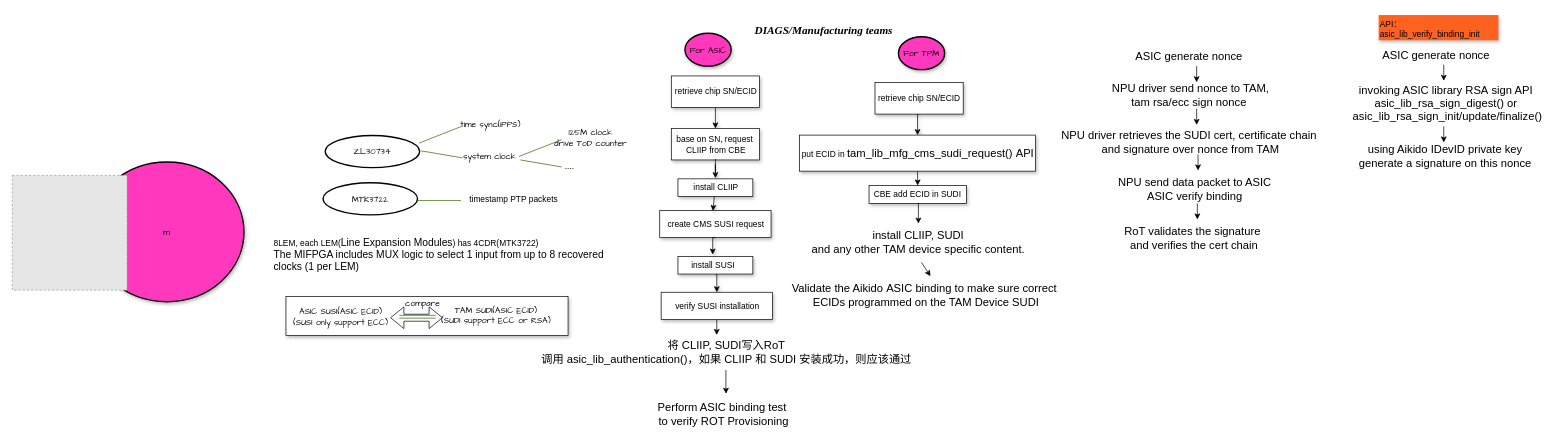
This is EDCS-23495139-PTP_for_Edelweiss.drawio from kongzhongfeima/draw_io, a draw.io file, before an edit. Source tidied: cells renumbered, new cells numbered last; positions are measured from the earlier drawing's top-left corner, leaving out a move shared by most shapes. Both pictures are drawn from the tidied source at 70%, with x=0, y=0 at pixel (12, 15). Pictures stored in the file or linked from it are replaced by grey dashed boxes.
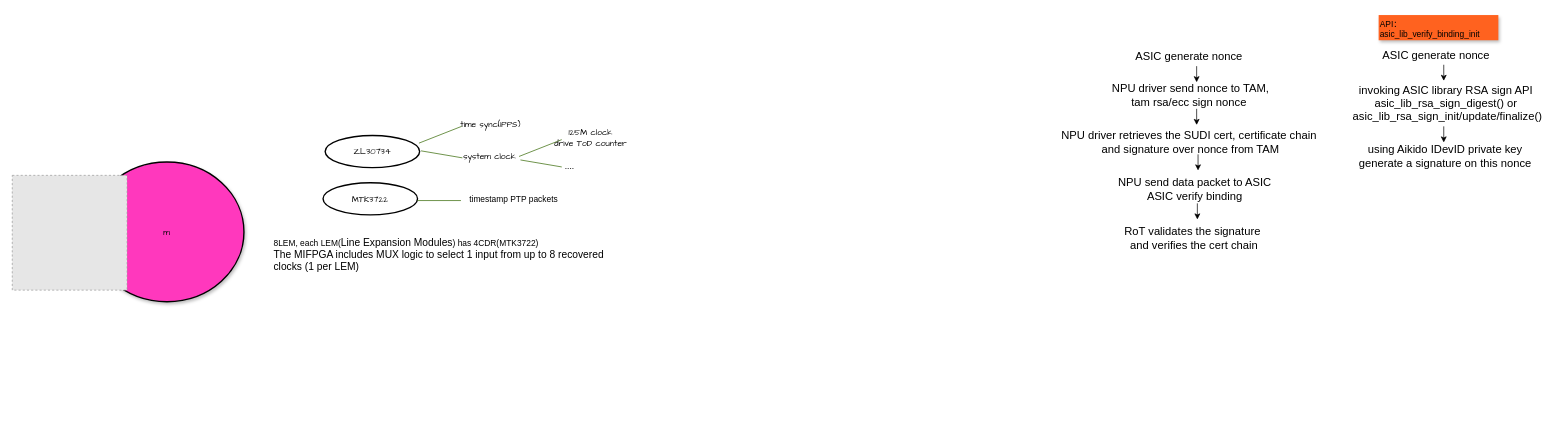
The same page after the edit.

Change to the diagram source:
```diff
@@
-    <mxCell id="2" style="whiteSpace=wrap;html=1;shadow=1;" parent="1" vertex="1">
-      <mxGeometry x="391" y="402" width="403" height="56" as="geometry" />
-    </mxCell>
@@
-    <mxCell id="8" style="startArrow=none;endArrow=none;segment=10;strokeColor=#336600;rounded=0;fontSize=12;shape=link;" parent="1" edge="1">
-      <mxGeometry relative="1" as="geometry">
-        <mxPoint x="605" y="431" as="sourcePoint" />
-        <mxPoint x="553" y="431" as="targetPoint" />
-      </mxGeometry>
-    </mxCell>
-    <mxCell id="9" value="TAM SUDI(ASIC ECID)&lt;div&gt;(SUDI support ECC or RSA)&lt;/div&gt;" style="text;html=1;align=center;verticalAlign=middle;labelBackgroundColor=none;fontFamily=Comic Sans MS;rotation=0;" parent="8" vertex="1">
-      <mxGeometry x="0.26" relative="1" as="geometry">
-        <mxPoint x="118" y="-2" as="offset" />
-      </mxGeometry>
-    </mxCell>
-    <mxCell id="10" value="ASIC SUSI(ASIC ECID)&lt;div&gt;(SUSI only support ECC)&lt;/div&gt;" style="text;html=1;align=center;verticalAlign=middle;labelBackgroundColor=none;fontFamily=Comic Sans MS;rotation=0;" parent="8" vertex="1">
-      <mxGeometry x="0.26" relative="1" as="geometry">
-        <mxPoint x="-104" as="offset" />
-      </mxGeometry>
-    </mxCell>
-    <mxCell id="11" value="compare" style="text;html=1;align=center;verticalAlign=middle;labelBackgroundColor=none;fontFamily=Comic Sans MS;rotation=0;" parent="1" vertex="1">
-      <mxGeometry x="680" y="435" as="geometry">
-        <mxPoint x="-95" y="-23" as="offset" />
-      </mxGeometry>
-    </mxCell>
@@
-    <mxCell id="13" style="edgeStyle=orthogonalEdgeStyle;rounded=0;jettySize=auto;html=1;exitX=0.5;exitY=1;exitDx=0;exitDy=0;entryX=0.5;entryY=0;entryDx=0;entryDy=0;shadow=1;" parent="1" edge="1" source="14" target="16">
-      <mxGeometry relative="1" as="geometry" />
-    </mxCell>
-    <mxCell id="14" style="rounded=0;whiteSpace=wrap;html=1;shadow=1;" parent="1" vertex="1">
-      <mxGeometry x="941.5" y="87" width="126" height="45" as="geometry" />
-    </mxCell>
-    <mxCell id="15" value="retrieve chip SN/ECID" style="text;html=1;align=center;verticalAlign=middle;strokeColor=none;fillColor=none;shadow=1;" parent="1" vertex="1">
-      <mxGeometry x="937" y="96.5" width="135" height="26" as="geometry" />
-    </mxCell>
-    <mxCell id="16" style="rounded=0;whiteSpace=wrap;html=1;shadow=1;" parent="1" vertex="1">
-      <mxGeometry x="941.5" y="162" width="126" height="45" as="geometry" />
-    </mxCell>
-    <mxCell id="17" style="edgeStyle=orthogonalEdgeStyle;rounded=0;jettySize=auto;html=1;shadow=1;" parent="1" edge="1" source="18" target="20">
-      <mxGeometry relative="1" as="geometry" />
-    </mxCell>
-    <mxCell id="18" value="base on SN, request&amp;nbsp;&lt;div&gt;CLIIP from CBE&lt;/div&gt;" style="text;html=1;align=center;verticalAlign=middle;points=[];strokeColor=none;fillColor=none;shadow=1;" parent="1" vertex="1">
-      <mxGeometry x="939" y="164.5" width="131" height="41" as="geometry" />
-    </mxCell>
-    <mxCell id="19" style="rounded=0;whiteSpace=wrap;html=1;shadow=1;" parent="1" vertex="1">
-      <mxGeometry x="951" y="234" width="107" height="25" as="geometry" />
-    </mxCell>
-    <mxCell id="20" value="install CLIIP" style="text;html=1;align=center;verticalAlign=middle;points=[];strokeColor=none;fillColor=none;shadow=1;" parent="1" vertex="1">
-      <mxGeometry x="963.5" y="233" width="82" height="26" as="geometry" />
-    </mxCell>
-    <mxCell id="21" style="rounded=0;whiteSpace=wrap;html=1;shadow=1;" parent="1" vertex="1">
-      <mxGeometry x="925" y="279" width="159" height="39" as="geometry" />
-    </mxCell>
-    <mxCell id="22" value="create CMS SUSI request" style="text;html=1;align=center;verticalAlign=middle;points=[];strokeColor=none;fillColor=none;shadow=1;" parent="1" vertex="1">
-      <mxGeometry x="926.5" y="285.5" width="156" height="26" as="geometry" />
-    </mxCell>
-    <mxCell id="23" style="endArrow=classic;html=1;rounded=0;entryX=0.477;entryY=-0.218;entryDx=0;entryDy=0;entryPerimeter=0;shadow=1;" parent="1" edge="1" target="22">
-      <mxGeometry relative="1" as="geometry">
-        <mxPoint x="1003" y="259" as="sourcePoint" />
-      </mxGeometry>
-    </mxCell>
-    <mxCell id="24" style="edgeStyle=orthogonalEdgeStyle;rounded=0;jettySize=auto;html=1;exitX=0.5;exitY=1;exitDx=0;exitDy=0;entryX=0.5;entryY=0;entryDx=0;entryDy=0;shadow=1;" parent="1" edge="1" source="25" target="28">
-      <mxGeometry relative="1" as="geometry" />
-    </mxCell>
-    <mxCell id="25" style="rounded=0;whiteSpace=wrap;html=1;shadow=1;" parent="1" vertex="1">
-      <mxGeometry x="951" y="345" width="107" height="25" as="geometry" />
-    </mxCell>
-    <mxCell id="26" value="install SUSI" style="text;html=1;align=center;verticalAlign=middle;points=[];strokeColor=none;fillColor=none;shadow=1;" parent="1" vertex="1">
-      <mxGeometry x="961" y="344.5" width="80" height="26" as="geometry" />
-    </mxCell>
-    <mxCell id="27" style="edgeStyle=orthogonalEdgeStyle;rounded=0;jettySize=auto;html=1;exitX=0.5;exitY=1;exitDx=0;exitDy=0;entryX=0.496;entryY=-0.09;entryDx=0;entryDy=0;entryPerimeter=0;shadow=1;" parent="1" edge="1" source="21" target="26">
-      <mxGeometry relative="1" as="geometry" />
-    </mxCell>
-    <mxCell id="28" style="rounded=0;whiteSpace=wrap;html=1;shadow=1;" parent="1" vertex="1">
-      <mxGeometry x="927" y="396" width="159" height="39" as="geometry" />
-    </mxCell>
-    <mxCell id="29" value="verify SUSI installation" style="text;html=1;align=center;verticalAlign=middle;strokeColor=none;fillColor=none;shadow=1;" parent="1" vertex="1">
-      <mxGeometry x="937.5" y="402.5" width="138" height="26" as="geometry" />
-    </mxCell>
-    <mxCell id="30" value="&lt;a name=&quot;_Toc149315524&quot;&gt;&lt;span style=&quot;font-size:12.0pt;font-family:&amp;quot;Times New Roman&amp;quot;,serif;mso-fareast-font-family:&lt;br/&gt;&amp;quot;Times New Roman&amp;quot;;mso-ansi-language:EN-US;mso-fareast-language:EN-US;&lt;br/&gt;mso-bidi-language:AR-SA&quot; lang=&quot;EN-US&quot;&gt;DIAGS/Manufacturing teams&lt;/span&gt;&lt;/a&gt;" style="text;html=1;align=center;verticalAlign=middle;strokeColor=none;fillColor=none;shadow=1;fontStyle=3;" parent="1" vertex="1">
-      <mxGeometry x="1055" y="5" width="208" height="31" as="geometry" />
-    </mxCell>
-    <mxCell id="31" style="edgeStyle=orthogonalEdgeStyle;rounded=0;jettySize=auto;html=1;exitX=0.5;exitY=1;exitDx=0;exitDy=0;entryX=0.5;entryY=0;entryDx=0;entryDy=0;shadow=1;" parent="1" edge="1" source="32" target="34">
-      <mxGeometry relative="1" as="geometry" />
-    </mxCell>
-    <mxCell id="32" value="&lt;span style=&quot;text-wrap: nowrap;&quot;&gt;retrieve chip SN/ECID&lt;/span&gt;" style="rounded=0;whiteSpace=wrap;html=1;shadow=1;" parent="1" vertex="1">
-      <mxGeometry x="1232.5" y="96.5" width="126" height="45" as="geometry" />
-    </mxCell>
-    <mxCell id="33" style="edgeStyle=orthogonalEdgeStyle;rounded=0;jettySize=auto;html=1;exitX=0.5;exitY=1;exitDx=0;exitDy=0;entryX=0.5;entryY=0;entryDx=0;entryDy=0;" parent="1" edge="1" source="34" target="35">
-      <mxGeometry relative="1" as="geometry" />
-    </mxCell>
-    <mxCell id="34" value="put ECID in&amp;nbsp;&lt;span style=&quot;font-size:12.0pt;font-family:&lt;br/&gt;&amp;quot;Times New Roman&amp;quot;,serif;mso-fareast-font-family:&amp;quot;Times New Roman&amp;quot;;mso-ansi-language:&lt;br/&gt;EN-US;mso-fareast-language:EN-US;mso-bidi-language:AR-SA&quot; lang=&quot;EN-US&quot;&gt;tam_lib_mfg_cms_sudi_request()&amp;nbsp;API&lt;/span&gt;" style="rounded=0;whiteSpace=wrap;html=1;shadow=1;" parent="1" vertex="1">
-      <mxGeometry x="1124.5" y="171.5" width="337.5" height="51.5" as="geometry" />
-    </mxCell>
-    <mxCell id="35" value="CBE add ECID in SUDI" style="rounded=0;whiteSpace=wrap;html=1;shadow=1;" parent="1" vertex="1">
-      <mxGeometry x="1224" y="243.5" width="139" height="25.5" as="geometry" />
-    </mxCell>
-    <mxCell id="36" value="&lt;span style=&quot;font-size:12.0pt;font-family:&lt;br/&gt;&amp;quot;Times New Roman&amp;quot;,serif;mso-fareast-font-family:&amp;quot;Times New Roman&amp;quot;;mso-ansi-language:&lt;br/&gt;EN-US;mso-fareast-language:EN-US;mso-bidi-language:AR-SA&quot; lang=&quot;EN-US&quot;&gt;install CLIIP, SUDI&lt;br/&gt;and any other TAM device specific content.&lt;/span&gt;" style="text;html=1;align=center;verticalAlign=middle;points=[];strokeColor=none;fillColor=none;shadow=1;" parent="1" vertex="1">
-      <mxGeometry x="1132.5" y="300" width="322" height="50" as="geometry" />
-    </mxCell>
-    <mxCell id="37" style="edgeStyle=orthogonalEdgeStyle;rounded=0;jettySize=auto;html=1;exitX=0.5;exitY=1;exitDx=0;exitDy=0;entryX=0.503;entryY=-0.041;entryDx=0;entryDy=0;entryPerimeter=0;" parent="1" edge="1" source="35" target="36">
-      <mxGeometry relative="1" as="geometry" />
-    </mxCell>
-    <mxCell id="38" value="&lt;span style=&quot;font-size:12.0pt;font-family:&lt;br/&gt;&amp;quot;Times New Roman&amp;quot;,serif;mso-fareast-font-family:&amp;quot;Times New Roman&amp;quot;;mso-ansi-language:&lt;br/&gt;EN-US;mso-fareast-language:EN-US;mso-bidi-language:AR-SA&quot; lang=&quot;EN-US&quot;&gt;Validate the Aikido&amp;nbsp;ASIC binding to make sure correct&amp;nbsp;&lt;/span&gt;&lt;div&gt;&lt;span style=&quot;font-size:12.0pt;font-family:&lt;br/&gt;&amp;quot;Times New Roman&amp;quot;,serif;mso-fareast-font-family:&amp;quot;Times New Roman&amp;quot;;mso-ansi-language:&lt;br/&gt;EN-US;mso-fareast-language:EN-US;mso-bidi-language:AR-SA&quot; lang=&quot;EN-US&quot;&gt;ECIDs programmed on the TAM Device SUDI&lt;/span&gt;&lt;br&gt;&lt;/div&gt;" style="text;html=1;align=center;verticalAlign=middle;points=[];strokeColor=none;fillColor=none;shadow=1;" parent="1" vertex="1">
-      <mxGeometry x="1105" y="375" width="400" height="50" as="geometry" />
-    </mxCell>
-    <mxCell id="39" style="endArrow=classic;html=1;rounded=0;entryX=0.517;entryY=-0.039;entryDx=0;entryDy=0;entryPerimeter=0;exitX=0.517;exitY=1.069;exitDx=0;exitDy=0;exitPerimeter=0;" parent="1" edge="1" source="36" target="38">
-      <mxGeometry relative="1" as="geometry" />
-    </mxCell>
-    <mxCell id="40" value="&lt;font face=&quot;Comic Sans MS&quot;&gt;For ASIC&lt;/font&gt;" style="ellipse;whiteSpace=wrap;html=1;align=center;strokeWidth=2;shadow=1;fillColor=#FF38BD;" parent="1" vertex="1">
-      <mxGeometry x="961" y="26" width="66" height="47" as="geometry" />
-    </mxCell>
-    <mxCell id="41" value="&lt;font face=&quot;Comic Sans MS&quot;&gt;For TPM&lt;/font&gt;" style="ellipse;whiteSpace=wrap;html=1;align=center;strokeWidth=2;shadow=1;fillColor=#FF38BD;" parent="1" vertex="1">
-      <mxGeometry x="1266" y="31" width="66" height="47" as="geometry" />
-    </mxCell>
-    <mxCell id="42" style="edgeStyle=orthogonalEdgeStyle;rounded=0;jettySize=auto;html=1;entryX=0.52;entryY=-0.08;entryDx=0;entryDy=0;entryPerimeter=0;" parent="1" edge="1" source="43" target="45">
-      <mxGeometry relative="1" as="geometry" />
-    </mxCell>
-    <mxCell id="43" value="&lt;div&gt;&lt;span style=&quot;font-size: 16px;&quot;&gt;将 CLIIP, SUDI写入RoT&lt;/span&gt;&lt;br&gt;&lt;/div&gt;&lt;div&gt;&lt;span style=&quot;font-size: 16px;&quot;&gt;调用 asic_lib_authentication()，如果 CLIIP 和 SUDI 安装成功，则应该通过&lt;/span&gt;&lt;br&gt;&lt;/div&gt;" style="text;html=1;align=center;verticalAlign=middle;points=[];strokeColor=none;fillColor=none;shadow=1;" parent="1" vertex="1">
-      <mxGeometry x="746" y="457" width="547" height="50" as="geometry" />
-    </mxCell>
-    <mxCell id="44" style="edgeStyle=orthogonalEdgeStyle;rounded=0;jettySize=auto;html=1;exitX=0.5;exitY=1;exitDx=0;exitDy=0;entryX=0.476;entryY=0.001;entryDx=0;entryDy=0;entryPerimeter=0;" parent="1" edge="1" source="28" target="43">
-      <mxGeometry relative="1" as="geometry" />
-    </mxCell>
-    <mxCell id="45" value="&lt;div&gt;&lt;span style=&quot;font-size:12.0pt;font-family:&lt;br/&gt;&amp;quot;Times New Roman&amp;quot;,serif;mso-fareast-font-family:&amp;quot;Times New Roman&amp;quot;;mso-ansi-language:&lt;br/&gt;EN-US;mso-fareast-language:EN-US;mso-bidi-language:AR-SA&quot; lang=&quot;EN-US&quot;&gt;Perform ASIC binding&amp;nbsp;test&amp;nbsp;&lt;/span&gt;&lt;/div&gt;&lt;div&gt;&lt;span style=&quot;font-size:12.0pt;font-family:&lt;br/&gt;&amp;quot;Times New Roman&amp;quot;,serif;mso-fareast-font-family:&amp;quot;Times New Roman&amp;quot;;mso-ansi-language:&lt;br/&gt;EN-US;mso-fareast-language:EN-US;mso-bidi-language:AR-SA&quot; lang=&quot;EN-US&quot;&gt;to verify ROT Provisioning&lt;/span&gt;&lt;br&gt;&lt;/div&gt;" style="text;html=1;align=center;verticalAlign=middle;points=[];strokeColor=none;fillColor=none;shadow=1;" parent="1" vertex="1">
-      <mxGeometry x="912" y="545" width="207" height="50" as="geometry" />
-    </mxCell>
-    <mxCell id="46" style="shape=flexArrow;endArrow=classic;startArrow=classic;html=1;rounded=0;" parent="1" edge="1">
-      <mxGeometry relative="1" as="geometry">
-        <mxPoint x="540" y="432.4" as="sourcePoint" />
-        <mxPoint x="615" y="432.4" as="targetPoint" />
-      </mxGeometry>
-    </mxCell>
```
